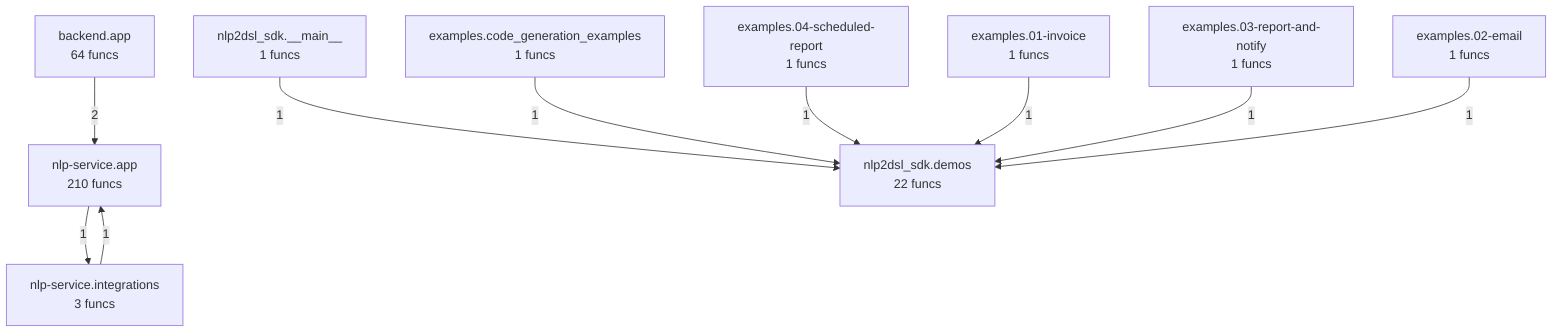
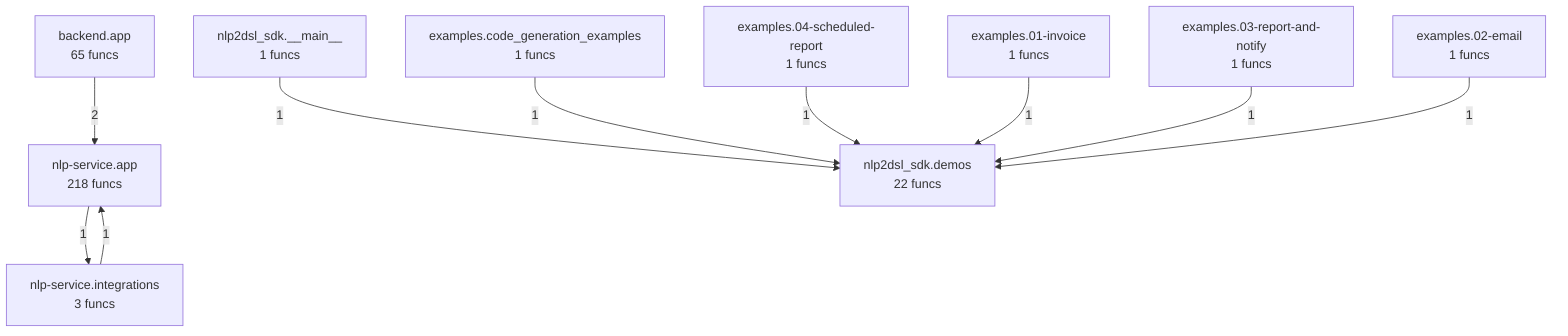
flowchart TD
%% generated in 0.02s
-     backend__app["backend.app<br/>64 funcs"]
+     backend__app["backend.app<br/>65 funcs"]
    examples__01_invoice["examples.01-invoice<br/>1 funcs"]
    examples__02_email["examples.02-email<br/>1 funcs"]
    examples__03_report_and_notify["examples.03-report-and-notify<br/>1 funcs"]
    examples__04_scheduled_report["examples.04-scheduled-report<br/>1 funcs"]
    examples__code_generation_examples["examples.code_generation_examples<br/>1 funcs"]
-     nlp_service__app["nlp-service.app<br/>210 funcs"]
+     nlp_service__app["nlp-service.app<br/>218 funcs"]
    nlp_service__integrations["nlp-service.integrations<br/>3 funcs"]
    nlp2dsl_sdk____main__["nlp2dsl_sdk.__main__<br/>1 funcs"]
    nlp2dsl_sdk__demos["nlp2dsl_sdk.demos<br/>22 funcs"]
    backend__app -->|2| nlp_service__app
    nlp2dsl_sdk____main__ -->|1| nlp2dsl_sdk__demos
    examples__code_generation_examples -->|1| nlp2dsl_sdk__demos
    examples__04_scheduled_report -->|1| nlp2dsl_sdk__demos
    examples__01_invoice -->|1| nlp2dsl_sdk__demos
    examples__03_report_and_notify -->|1| nlp2dsl_sdk__demos
    examples__02_email -->|1| nlp2dsl_sdk__demos
    nlp_service__app -->|1| nlp_service__integrations
    nlp_service__integrations -->|1| nlp_service__app
